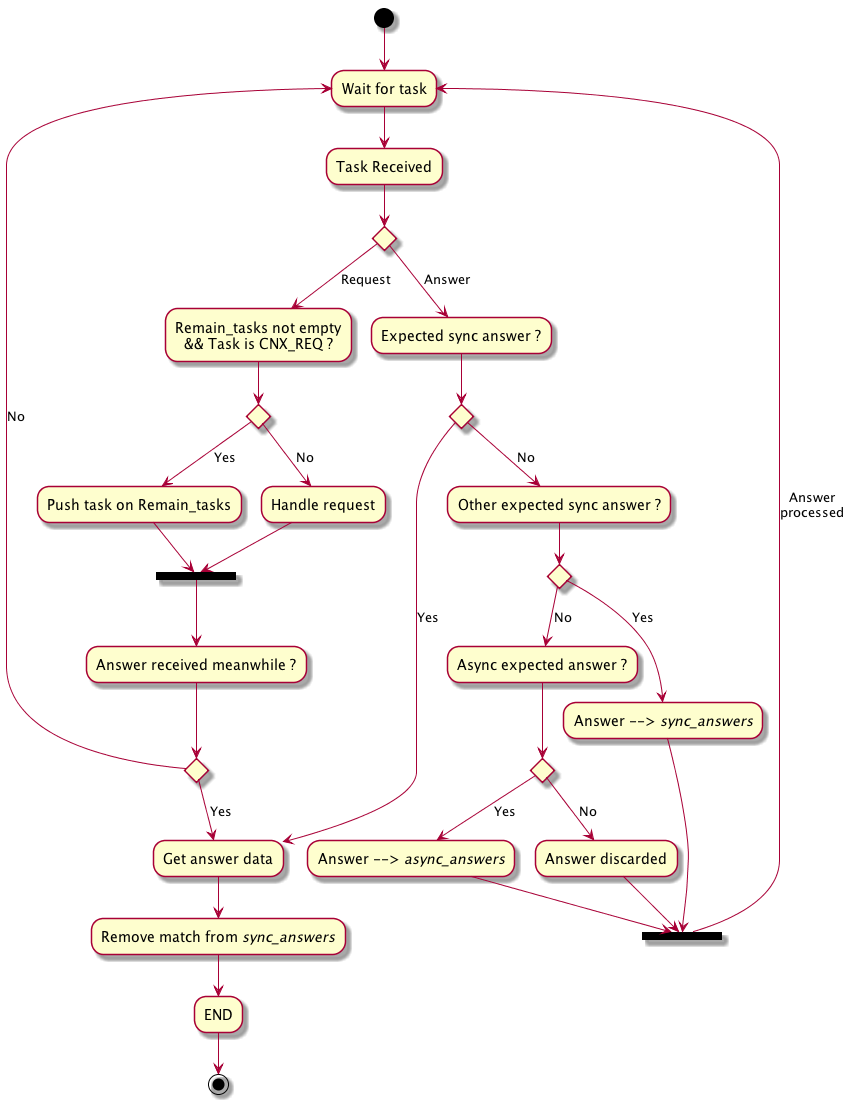
Above: doc/UML/Algo_recept_Send_Sync.png in tof25/DST (PlantUML), before the change. Its diagram source:
```plantuml
@startuml
(*top) -->"Wait for task"
-->"Task Received"

if "" then
    -->[Request] "Remain_tasks not empty\n&& Task is CNX_REQ ?"
    if "" then
        -->[Yes] "Push task on Remain_tasks"
        --> == REQUEST_PROCESSED ==
    else
        -->[No] "Handle request"
        --> == REQUEST_PROCESSED ==
    endif
    == REQUEST_PROCESSED == --> "Answer received meanwhile ?"
    if "" then
        -->[Yes] "Get answer data"
        --> "Remove match from <i>sync_answers</i>"
        --> "END"
        -->(*)
    else
        -->[No] "Wait for task"
    endif

else
    -->[Answer] "Expected sync answer ?"
    if "" then
        -->[Yes] "Get answer data"
    else
        -->[No] "Other expected sync answer ?"
        if "" then
            -->[Yes] "Answer --> <i>sync_answers</i>"
            --> == ANSWER_PROCESSED ==
        else
            -->[No] "Async expected answer ?"
            if "" then
                -->[Yes] "Answer --> <i>async_answers</i>"
                --> == ANSWER_PROCESSED ==
            else
                -->[No] "Answer discarded"
                --> == ANSWER_PROCESSED ==
            endif
    endif
    == ANSWER_PROCESSED == -->[Answer\nprocessed] "Wait for task"
endif
@enduml
```
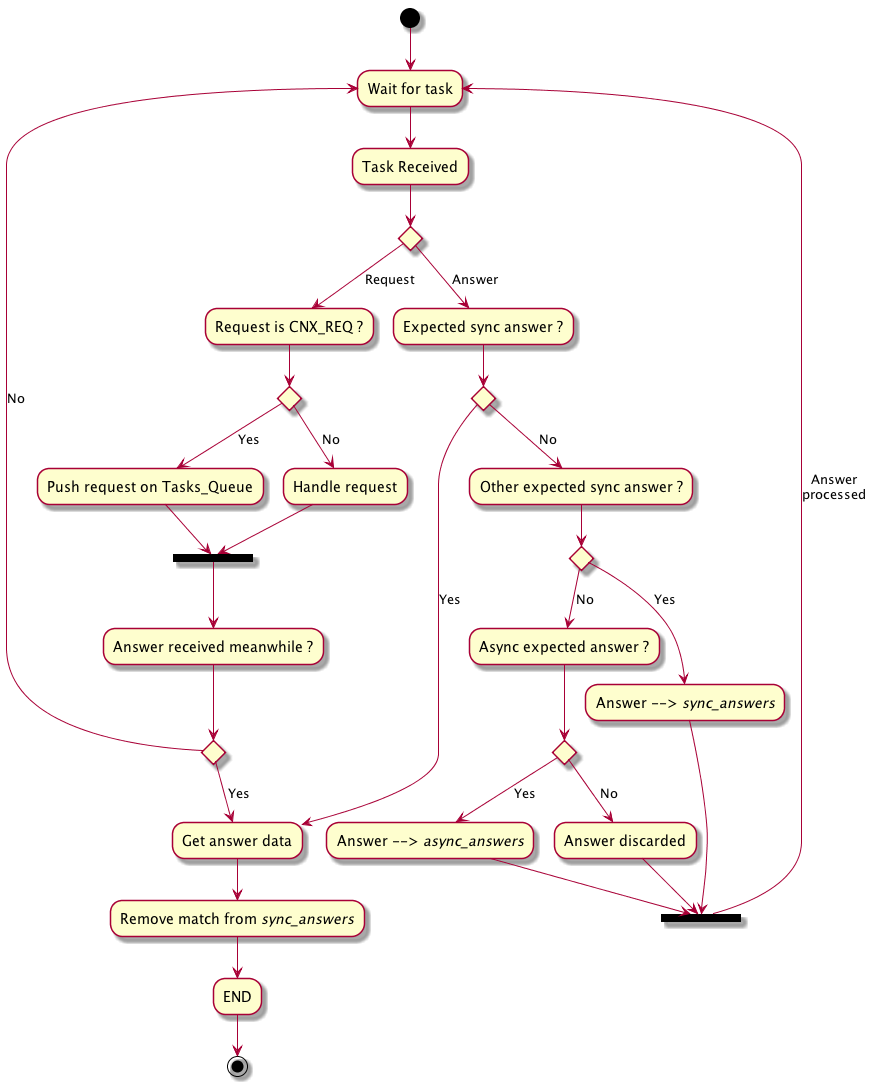
After the change.

Diff of the diagram source:
```diff
@@ -3,9 +3,9 @@
 -->"Task Received"
 
 if "" then
-    -->[Request] "Remain_tasks not empty\n&& Task is CNX_REQ ?"
+    -->[Request] "Request is CNX_REQ ?"
     if "" then
-        -->[Yes] "Push task on Remain_tasks"
+        -->[Yes] "Push request on Tasks_Queue"
         --> == REQUEST_PROCESSED ==
     else
         -->[No] "Handle request"
```
